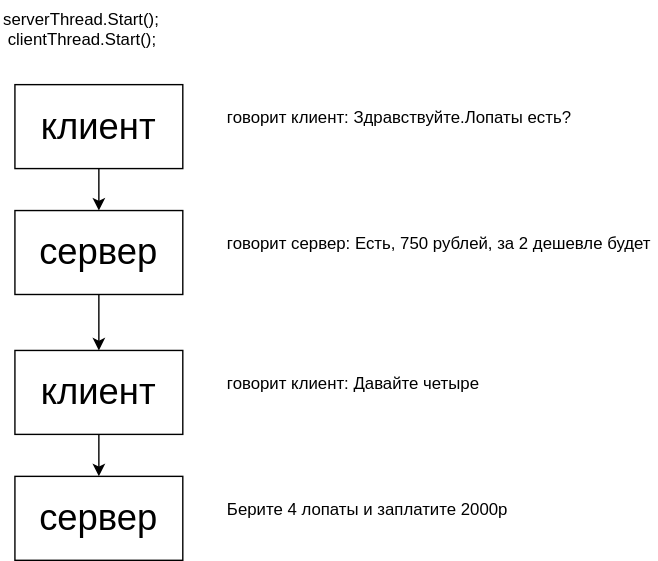
Above: клиент сервер диаграмма работы.svg in fishman123456/dzSocetTolkServrClient_21112023 (draw.io), before the change. Source tidied: cells renumbered, new cells last; positions are measured from the earlier drawing's top-left corner, leaving out a move shared by most shapes. Source of this version:
```xml
<mxGraphModel>
  <root>
    <mxCell id="0" />
    <mxCell id="1" parent="0" />
    <mxCell id="2" style="edgeStyle=orthogonalEdgeStyle;rounded=0;jettySize=auto;html=1;" parent="1" edge="1" source="3" target="11">
      <mxGeometry relative="1" as="geometry" />
    </mxCell>
    <mxCell id="3" value="&lt;font style=&quot;font-size: 26px;&quot;&gt;сервер&lt;/font&gt;" style="rounded=0;whiteSpace=wrap;html=1;" parent="1" vertex="1">
      <mxGeometry x="10" y="150" width="120" height="60" as="geometry" />
    </mxCell>
    <mxCell id="4" style="edgeStyle=orthogonalEdgeStyle;rounded=0;jettySize=auto;html=1;exitX=0.5;exitY=1;exitDx=0;exitDy=0;entryX=0.5;entryY=0;entryDx=0;entryDy=0;" parent="1" edge="1" source="5" target="3">
      <mxGeometry relative="1" as="geometry" />
    </mxCell>
    <mxCell id="5" value="&lt;font style=&quot;font-size: 26px;&quot;&gt;клиент&lt;/font&gt;" style="rounded=0;whiteSpace=wrap;html=1;" parent="1" vertex="1">
      <mxGeometry x="10" y="60" width="120" height="60" as="geometry" />
    </mxCell>
    <mxCell id="6" value="serverThread.Start();&#10; clientThread.Start();" style="text;whiteSpace=wrap;" parent="1" vertex="1">
      <mxGeometry width="140" height="50" as="geometry" />
    </mxCell>
    <mxCell id="7" value="говорит клиент: Здравствуйте.Лопаты есть?" style="text;whiteSpace=wrap;" parent="1" vertex="1">
      <mxGeometry x="160" y="70" width="260" height="40" as="geometry" />
    </mxCell>
    <mxCell id="8" value="говорит сервер: Есть, 750 рублей, за 2 дешевле будет" style="text;whiteSpace=wrap;" parent="1" vertex="1">
      <mxGeometry x="160" y="160" width="310" height="40" as="geometry" />
    </mxCell>
    <mxCell id="9" value="&lt;font style=&quot;font-size: 26px;&quot;&gt;сервер&lt;/font&gt;" style="rounded=0;whiteSpace=wrap;html=1;" parent="1" vertex="1">
      <mxGeometry x="10" y="340" width="120" height="60" as="geometry" />
    </mxCell>
    <mxCell id="10" style="edgeStyle=orthogonalEdgeStyle;rounded=0;jettySize=auto;html=1;exitX=0.5;exitY=1;exitDx=0;exitDy=0;entryX=0.5;entryY=0;entryDx=0;entryDy=0;" parent="1" edge="1" source="11" target="9">
      <mxGeometry relative="1" as="geometry" />
    </mxCell>
    <mxCell id="11" value="&lt;font style=&quot;font-size: 26px;&quot;&gt;клиент&lt;/font&gt;" style="rounded=0;whiteSpace=wrap;html=1;" parent="1" vertex="1">
      <mxGeometry x="10" y="250" width="120" height="60" as="geometry" />
    </mxCell>
    <mxCell id="12" value="говорит клиент: Давайте четыре" style="text;whiteSpace=wrap;" parent="1" vertex="1">
      <mxGeometry x="160" y="260" width="260" height="40" as="geometry" />
    </mxCell>
    <mxCell id="13" value="Берите 4 лопаты и заплатите 2000р" style="text;whiteSpace=wrap;" parent="1" vertex="1">
      <mxGeometry x="160" y="350" width="310" height="40" as="geometry" />
    </mxCell>
  </root>
</mxGraphModel>
```
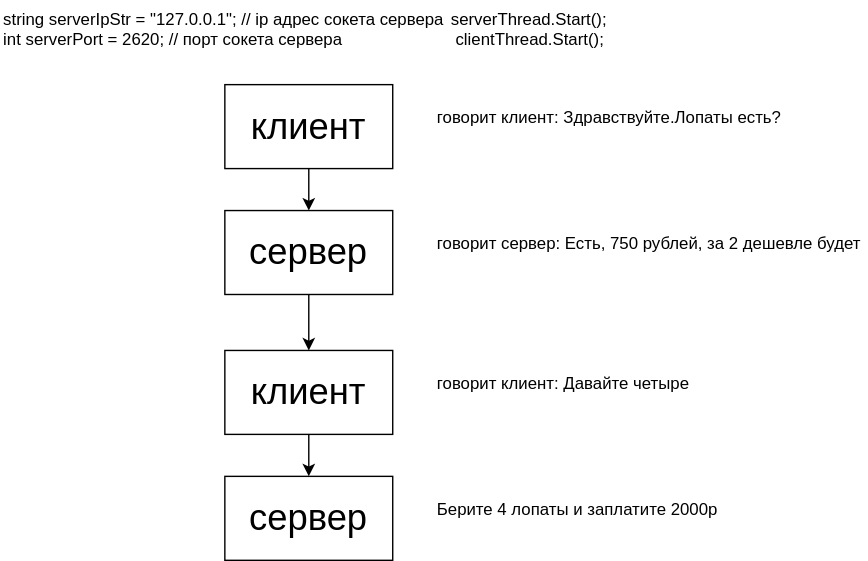
After the change.

What changed in the source:
```diff
@@ -15,7 +15,7 @@
       <mxGeometry x="10" y="60" width="120" height="60" as="geometry" />
     </mxCell>
     <mxCell id="6" value="serverThread.Start();&#10; clientThread.Start();" style="text;whiteSpace=wrap;" parent="1" vertex="1">
-      <mxGeometry width="140" height="50" as="geometry" />
+      <mxGeometry x="170" width="140" height="50" as="geometry" />
     </mxCell>
     <mxCell id="7" value="говорит клиент: Здравствуйте.Лопаты есть?" style="text;whiteSpace=wrap;" parent="1" vertex="1">
       <mxGeometry x="160" y="70" width="260" height="40" as="geometry" />
@@ -38,5 +38,8 @@
     <mxCell id="13" value="Берите 4 лопаты и заплатите 2000р" style="text;whiteSpace=wrap;" parent="1" vertex="1">
       <mxGeometry x="160" y="350" width="310" height="40" as="geometry" />
     </mxCell>
+    <mxCell id="14" value="string serverIpStr = &quot;127.0.0.1&quot;; // ip адрес сокета сервера&#10;int serverPort = 2620; // порт сокета сервера" style="text;whiteSpace=wrap;" parent="1" vertex="1">
+      <mxGeometry x="-150" width="330" height="50" as="geometry" />
+    </mxCell>
   </root>
 </mxGraphModel>
```
